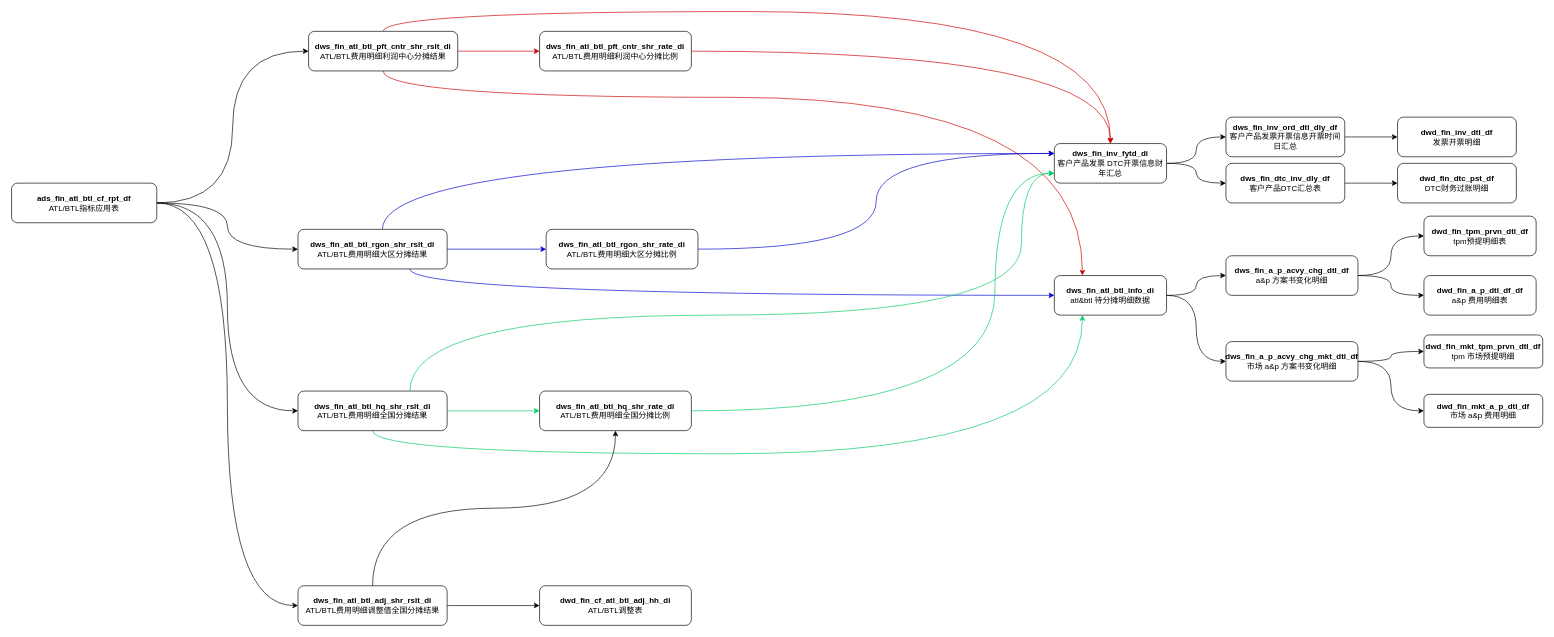
Above: ads_fin_atl_btl_dtl_rpt_df.drawio in fsJerryChan/fsJerryChan (draw.io), before the change. Source tidied: cells renumbered, new cells numbered last; positions are measured from the earlier drawing's top-left corner, leaving out a move shared by most shapes. Both pictures are drawn from the tidied source at 66%, with x=0, y=0 at pixel (11, 11).
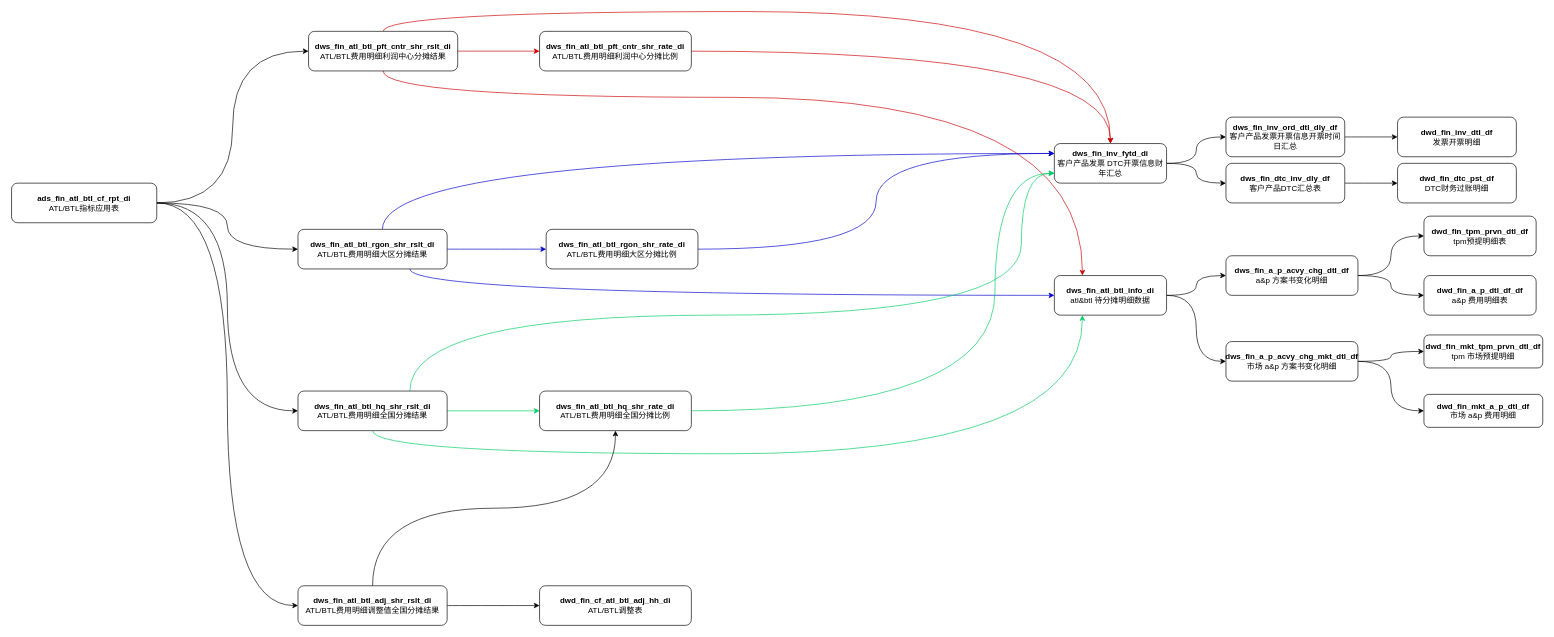
The same page after the edit.

Diff of the diagram source:
```diff
@@
-    <mxCell id="6" value="&lt;b&gt;ads_fin_atl_btl_cf_rpt_df&lt;/b&gt;&lt;div&gt;ATL/BTL指标应用表&lt;/div&gt;" style="rounded=1;whiteSpace=wrap;html=1;" parent="1" vertex="1">
+    <mxCell id="6" value="&lt;b&gt;ads_fin_atl_btl_cf_rpt_di&lt;/b&gt;&lt;div&gt;ATL/BTL指标应用表&lt;/div&gt;" style="rounded=1;whiteSpace=wrap;html=1;" parent="1" vertex="1">
       <mxGeometry y="260" width="220" height="60" as="geometry" />
     </mxCell>
```
